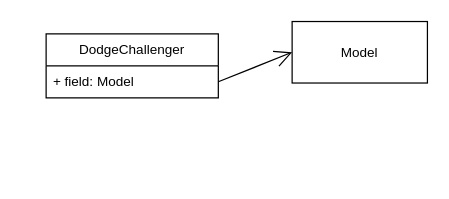
This is page "DodgeChallenger" (3 of 35) of doc/Vehicle_UML.drawio from joshSawYou/CIS255_Vehicle, a draw.io file, before an edit. Source tidied: cells renumbered, new cells numbered last; positions are measured from the earlier drawing's top-left corner, leaving out a move shared by most shapes. Both pictures are drawn from the tidied source at 123%, with x=0, y=0 at pixel (46, 21).
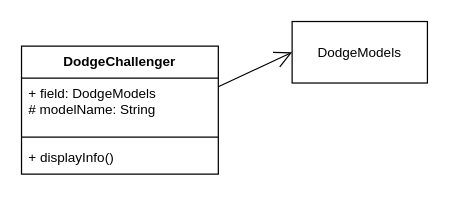
After the change.

The edit, as a diff of the source:
```diff
@@
 <mxGraphModel>
   <root>
     <mxCell id="0" />
     <mxCell id="1" parent="0" />
-    <mxCell id="2" value="DodgeChallenger" style="swimlane;fontStyle=0;horizontal=1;startSize=26;fillColor=none;whiteSpace=wrap;html=1;fontFamily=Helvetica;fontSize=11;fontColor=default;" parent="1" vertex="1">
-      <mxGeometry y="10" width="140" height="52" as="geometry" />
-    </mxCell>
-    <mxCell id="3" value="+ field: Model" style="text;strokeColor=none;fillColor=none;align=left;verticalAlign=top;spacingLeft=4;spacingRight=4;overflow=hidden;points=[[0,0.5],[1,0.5]];portConstraint=eastwest;whiteSpace=wrap;html=1;fontSize=11;fontFamily=Helvetica;fontColor=default;" parent="2" vertex="1">
-      <mxGeometry y="26" width="140" height="26" as="geometry" />
-    </mxCell>
-    <mxCell id="4" value="Model" style="html=1;whiteSpace=wrap;fontFamily=Helvetica;fontSize=11;fontColor=default;" parent="1" vertex="1">
+    <mxCell id="4" value="DodgeModels" style="html=1;whiteSpace=wrap;fontFamily=Helvetica;fontSize=11;fontColor=default;" parent="1" vertex="1">
       <mxGeometry x="200" width="110" height="50" as="geometry" />
     </mxCell>
-    <mxCell id="5" style="edgeStyle=none;shape=connector;rounded=0;jettySize=auto;html=1;exitX=1;exitY=0.5;exitDx=0;exitDy=0;entryX=0;entryY=0.5;entryDx=0;entryDy=0;labelBackgroundColor=default;strokeColor=default;fontFamily=Helvetica;fontSize=11;fontColor=default;endArrow=open;endFill=1;endSize=12;" parent="1" edge="1" source="3" target="4">
-      <mxGeometry relative="1" as="geometry" />
+    <mxCell id="5" style="edgeStyle=none;shape=connector;rounded=0;jettySize=auto;html=1;exitX=1;exitY=0.5;exitDx=0;exitDy=0;entryX=0;entryY=0.5;entryDx=0;entryDy=0;labelBackgroundColor=default;strokeColor=default;fontFamily=Helvetica;fontSize=11;fontColor=default;endArrow=open;endFill=1;endSize=12;" parent="1" edge="1" target="4">
+      <mxGeometry relative="1" as="geometry">
+        <mxPoint x="140" y="53" as="sourcePoint" />
+      </mxGeometry>
     </mxCell>
+    <mxCell id="2" value="DodgeChallenger" style="swimlane;fontStyle=1;align=center;verticalAlign=top;horizontal=1;startSize=26;whiteSpace=wrap;html=1;fontFamily=Helvetica;fontSize=11;fontColor=default;" parent="1" vertex="1">
+      <mxGeometry x="-20" y="20" width="160" height="104" as="geometry" />
+    </mxCell>
+    <mxCell id="6" value="+ field: DodgeModels&lt;br&gt;# modelName: String" style="text;strokeColor=none;fillColor=none;align=left;verticalAlign=top;spacingLeft=4;spacingRight=4;overflow=hidden;whiteSpace=wrap;html=1;fontSize=11;fontFamily=Helvetica;fontColor=default;" parent="2" vertex="1">
+      <mxGeometry y="26" width="160" height="44" as="geometry" />
+    </mxCell>
+    <mxCell id="7" style="line;strokeWidth=1;fillColor=none;align=left;verticalAlign=middle;spacingTop=-1;spacingLeft=3;spacingRight=3;labelPosition=right;strokeColor=inherit;fontFamily=Helvetica;fontSize=11;fontColor=default;" parent="2" vertex="1">
+      <mxGeometry y="70" width="160" height="8" as="geometry" />
+    </mxCell>
+    <mxCell id="8" value="+ displayInfo()" style="text;strokeColor=none;fillColor=none;align=left;verticalAlign=top;spacingLeft=4;spacingRight=4;overflow=hidden;whiteSpace=wrap;html=1;fontSize=11;fontFamily=Helvetica;fontColor=default;" parent="2" vertex="1">
+      <mxGeometry y="78" width="160" height="26" as="geometry" />
+    </mxCell>
   </root>
 </mxGraphModel>
```
